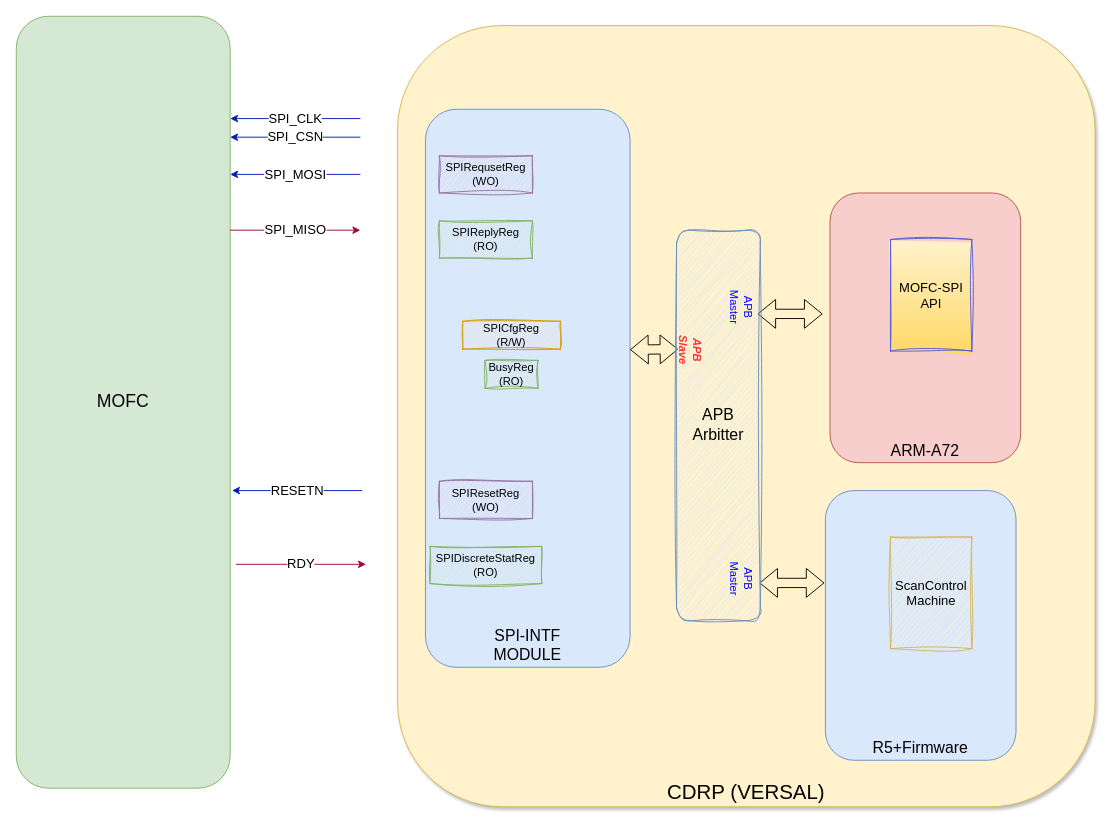
Above: page "Stage-1" (1 of 13) of MOFC.drawio in guyizk/MOFC (draw.io), before the change. Source tidied: cells renumbered, new cells numbered last; positions are measured from the earlier drawing's top-left corner, leaving out a move shared by most shapes. Both pictures are drawn from the tidied source at 93%, with x=0, y=0 at pixel (16, 16).
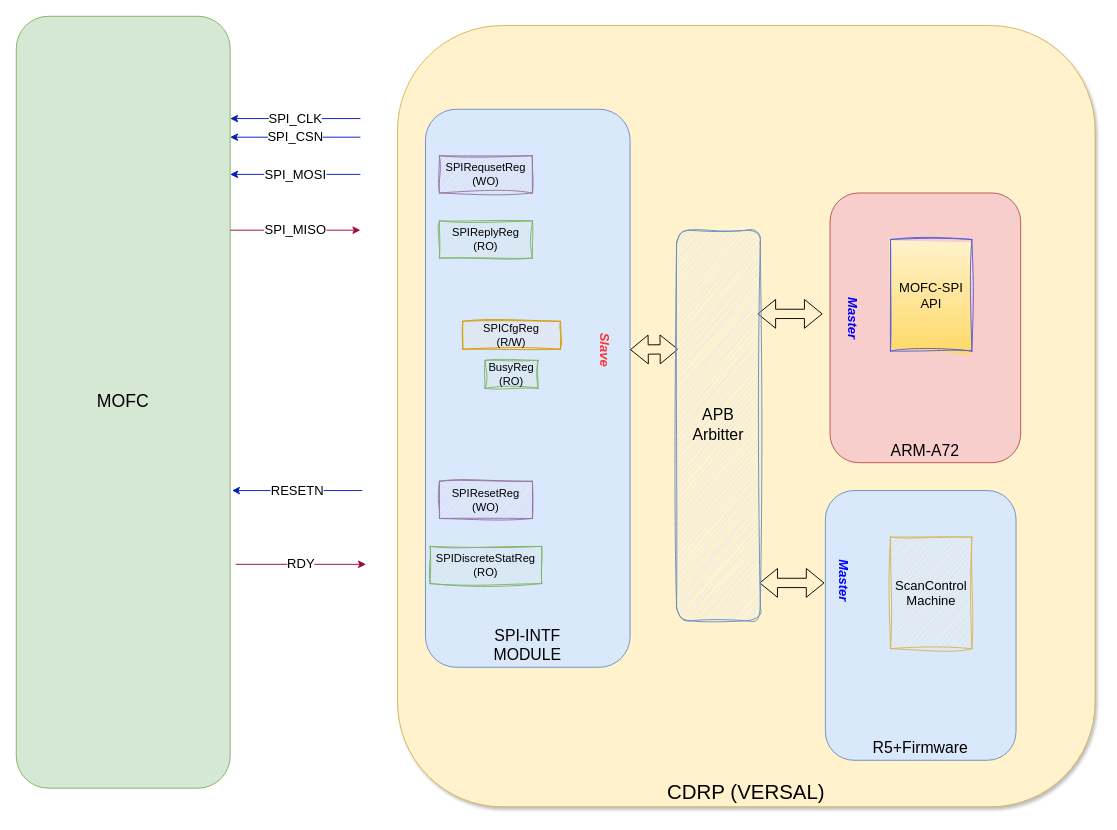
The same diagram, later.

The edit, as a diff of the source:
```diff
@@
-    <mxCell id="25" value="APB&lt;div&gt;Master&lt;/div&gt;" style="text;html=1;whiteSpace=wrap;strokeColor=none;fillColor=none;align=center;verticalAlign=middle;rounded=0;rotation=90;fontColor=#0000FF;" parent="1" vertex="1">
-      <mxGeometry x="750" y="298" width="60" height="30" as="geometry" />
-    </mxCell>
-    <mxCell id="26" value="APB&lt;div&gt;Slave&lt;/div&gt;" style="text;html=1;whiteSpace=wrap;strokeColor=none;fillColor=none;align=center;verticalAlign=middle;rounded=0;rotation=90;fontStyle=3;fontColor=#FF3333;" parent="1" vertex="1">
-      <mxGeometry x="695" y="344" width="60" height="30" as="geometry" />
+    <mxCell id="26" value="&lt;br&gt;&lt;div&gt;Slave&lt;/div&gt;" style="text;html=1;whiteSpace=wrap;strokeColor=none;fillColor=none;align=center;verticalAlign=middle;rounded=0;rotation=90;fontStyle=3;fontColor=#FF3333;fontSize=14;" parent="1" vertex="1">
+      <mxGeometry x="612" y="342" width="60" height="34" as="geometry" />
     </mxCell>
-    <mxCell id="27" value="APB&lt;div&gt;Master&lt;/div&gt;" style="text;html=1;whiteSpace=wrap;strokeColor=none;fillColor=none;align=center;verticalAlign=middle;rounded=0;rotation=90;fontColor=#0000FF;" parent="1" vertex="1">
-      <mxGeometry x="750" y="590" width="60" height="30" as="geometry" />
-    </mxCell>
+    <mxCell id="28" value="Master" style="text;html=1;whiteSpace=wrap;strokeColor=none;fillColor=none;align=center;verticalAlign=middle;rounded=0;rotation=90;fontStyle=3;fontColor=#0000FF;fontSize=14;" parent="1" vertex="1">
+      <mxGeometry x="870" y="308" width="60" height="34" as="geometry" />
+    </mxCell>
+    <mxCell id="29" value="Master" style="text;html=1;whiteSpace=wrap;strokeColor=none;fillColor=none;align=center;verticalAlign=middle;rounded=0;rotation=90;fontStyle=3;fontColor=#0000FF;fontSize=14;" parent="1" vertex="1">
+      <mxGeometry x="860" y="590" width="60" height="34" as="geometry" />
+    </mxCell>
```
